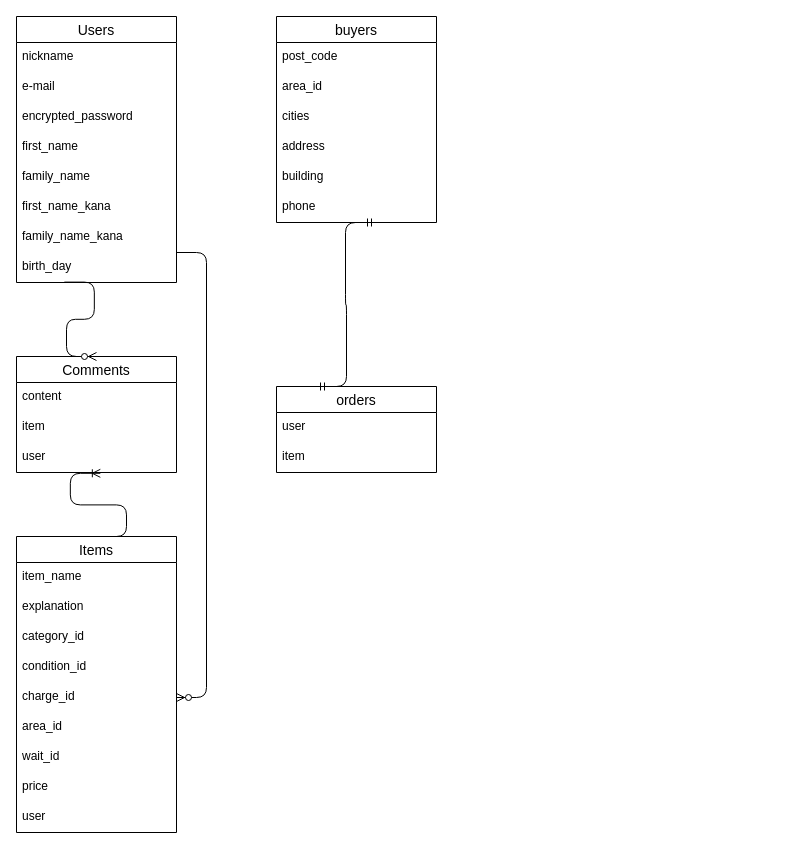
TercoTuckerd/furima-39761 keeps this draw.io diagram as ER.dio. Above is the earlier version. Source tidied: cells renumbered, new cells numbered last; positions are measured from the earlier drawing's top-left corner, leaving out a move shared by most shapes. Both pictures are drawn from the tidied source at 100%, with x=0, y=0 at pixel (16, 16).
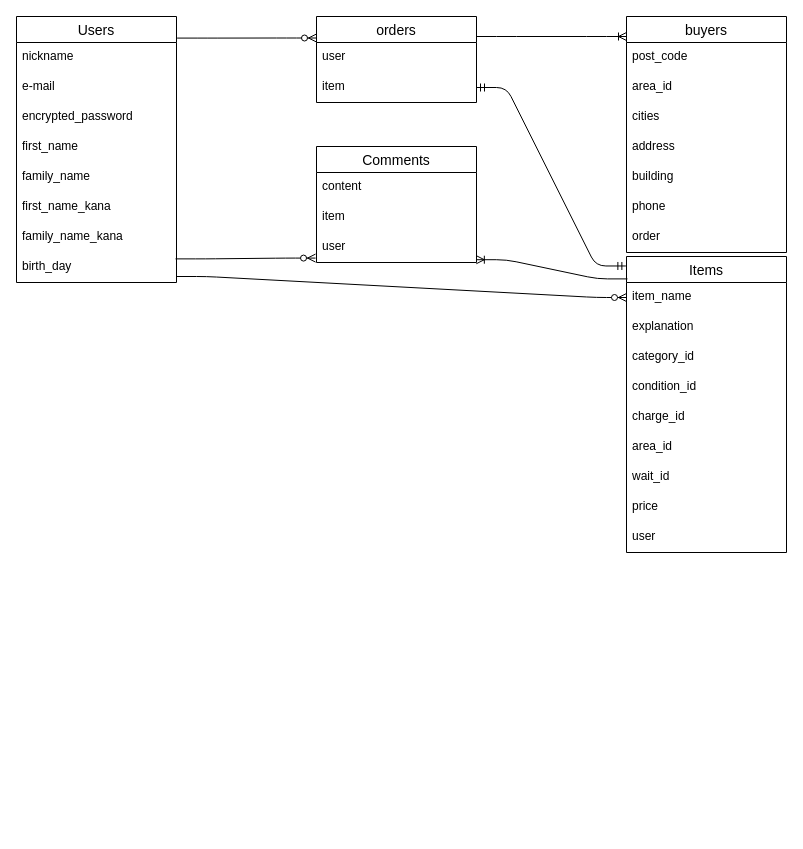
Above is the later version.

Unchanged cells that the change refers to:
```xml
<mxCell id="3" value="nickname" style="text;strokeColor=none;fillColor=none;spacingLeft=4;spacingRight=4;overflow=hidden;points=[[0,0.5],[1,0.5]];portConstraint=eastwest;fontSize=12;" parent="2" vertex="1">
  <mxGeometry y="26" width="160" height="30" as="geometry" />
</mxCell>
<mxCell id="10" value="birth_day" style="text;strokeColor=none;fillColor=none;spacingLeft=4;spacingRight=4;overflow=hidden;points=[[0,0.5],[1,0.5]];portConstraint=eastwest;fontSize=12;" parent="2" vertex="1">
  <mxGeometry y="236" width="160" height="30" as="geometry" />
</mxCell>
<mxCell id="12" value="item_name" style="text;strokeColor=none;fillColor=none;spacingLeft=4;spacingRight=4;overflow=hidden;points=[[0,0.5],[1,0.5]];portConstraint=eastwest;fontSize=12;" parent="11" vertex="1">
  <mxGeometry y="26" width="160" height="30" as="geometry" />
</mxCell>
<mxCell id="16" value="charge_id" style="text;strokeColor=none;fillColor=none;spacingLeft=4;spacingRight=4;overflow=hidden;points=[[0,0.5],[1,0.5]];portConstraint=eastwest;fontSize=12;" parent="11" vertex="1">
  <mxGeometry y="146" width="160" height="30" as="geometry" />
</mxCell>
<mxCell id="24" value="user" style="text;strokeColor=none;fillColor=none;spacingLeft=4;spacingRight=4;overflow=hidden;points=[[0,0.5],[1,0.5]];portConstraint=eastwest;fontSize=12;" parent="21" vertex="1">
  <mxGeometry y="86" width="160" height="30" as="geometry" />
</mxCell>
<mxCell id="37" value="item" style="text;strokeColor=none;fillColor=none;spacingLeft=4;spacingRight=4;overflow=hidden;points=[[0,0.5],[1,0.5]];portConstraint=eastwest;fontSize=12;" parent="35" vertex="1">
  <mxGeometry y="56" width="160" height="30" as="geometry" />
</mxCell>
```

What changed in the source:
```diff
@@
     <mxCell id="11" value="Items" style="swimlane;fontStyle=0;horizontal=1;startSize=26;align=center;fontSize=14;" parent="1" vertex="1">
-      <mxGeometry y="520" width="160" height="296" as="geometry" />
+      <mxGeometry x="610" y="240" width="160" height="296" as="geometry" />
     </mxCell>
@@
     <mxCell id="21" value="Comments" style="swimlane;fontStyle=0;horizontal=1;startSize=26;align=center;fontSize=14;" parent="1" vertex="1">
-      <mxGeometry y="340" width="160" height="116" as="geometry" />
+      <mxGeometry x="300" y="130" width="160" height="116" as="geometry" />
     </mxCell>
@@
     <mxCell id="25" value="buyers" style="swimlane;fontStyle=0;horizontal=1;startSize=26;align=center;fontSize=14;" parent="1" vertex="1">
-      <mxGeometry x="260" width="160" height="206" as="geometry" />
+      <mxGeometry x="610" width="160" height="236" as="geometry" />
     </mxCell>
@@
+    <mxCell id="39" value="order" style="text;strokeColor=none;fillColor=none;spacingLeft=4;spacingRight=4;overflow=hidden;fontSize=12;" parent="25" vertex="1">
+      <mxGeometry y="206" width="160" height="30" as="geometry" />
+    </mxCell>
-    <mxCell id="32" style="edgeStyle=entityRelationEdgeStyle;fontSize=12;html=1;endArrow=ERoneToMany;entryX=0.524;entryY=1.027;entryDx=0;entryDy=0;exitX=0.5;exitY=0;exitDx=0;exitDy=0;entryPerimeter=0;" parent="1" edge="1" source="11" target="24">
+    <mxCell id="32" style="edgeStyle=entityRelationEdgeStyle;fontSize=12;html=1;endArrow=ERoneToMany;entryX=0.999;entryY=0.907;entryDx=0;entryDy=0;entryPerimeter=0;exitX=0.006;exitY=-0.12;exitDx=0;exitDy=0;exitPerimeter=0;" parent="1" edge="1" source="12" target="24">
       <mxGeometry relative="1" as="geometry" />
     </mxCell>
-    <mxCell id="33" style="edgeStyle=entityRelationEdgeStyle;fontSize=12;html=1;endArrow=ERzeroToMany;endFill=1;entryX=0.5;entryY=0;entryDx=0;entryDy=0;exitX=0.299;exitY=0.987;exitDx=0;exitDy=0;exitPerimeter=0;" parent="1" edge="1" source="10" target="21">
+    <mxCell id="33" style="edgeStyle=entityRelationEdgeStyle;fontSize=12;html=1;endArrow=ERzeroToMany;endFill=1;entryX=-0.006;entryY=0.853;entryDx=0;entryDy=0;exitX=0.994;exitY=0.213;exitDx=0;exitDy=0;exitPerimeter=0;entryPerimeter=0;" parent="1" edge="1" source="10" target="24">
       <mxGeometry relative="1" as="geometry" />
     </mxCell>
-    <mxCell id="34" style="edgeStyle=entityRelationEdgeStyle;fontSize=12;html=1;endArrow=ERzeroToMany;endFill=1;" parent="1" edge="1" target="16">
+    <mxCell id="34" style="edgeStyle=entityRelationEdgeStyle;fontSize=12;html=1;endArrow=ERzeroToMany;endFill=1;entryX=0;entryY=0.5;entryDx=0;entryDy=0;" parent="1" edge="1" target="12">
       <mxGeometry relative="1" as="geometry">
-        <mxPoint x="160" y="236" as="sourcePoint" />
+        <mxPoint x="160" y="260" as="sourcePoint" />
       </mxGeometry>
     </mxCell>
     <mxCell id="35" value="orders" style="swimlane;fontStyle=0;horizontal=1;startSize=26;align=center;fontSize=14;" parent="1" vertex="1">
-      <mxGeometry x="260" y="370" width="160" height="86" as="geometry" />
+      <mxGeometry x="300" width="160" height="86" as="geometry" />
     </mxCell>
@@
-    <mxCell id="38" style="edgeStyle=entityRelationEdgeStyle;fontSize=12;html=1;endArrow=ERmandOne;startArrow=ERmandOne;entryX=0.619;entryY=0.973;entryDx=0;entryDy=0;entryPerimeter=0;exitX=0.25;exitY=0;exitDx=0;exitDy=0;" parent="1" edge="1" source="35">
-      <mxGeometry relative="1" as="geometry">
-        <mxPoint x="359" y="206" as="targetPoint" />
-      </mxGeometry>
-    </mxCell>
+    <mxCell id="40" style="edgeStyle=entityRelationEdgeStyle;fontSize=12;html=1;endArrow=ERzeroToMany;endFill=1;exitX=1.004;exitY=-0.147;exitDx=0;exitDy=0;exitPerimeter=0;entryX=0;entryY=0.25;entryDx=0;entryDy=0;" parent="1" edge="1" source="3" target="35">
+      <mxGeometry relative="1" as="geometry" />
+    </mxCell>
+    <mxCell id="41" style="edgeStyle=entityRelationEdgeStyle;fontSize=12;html=1;endArrow=ERmandOne;startArrow=ERmandOne;entryX=1;entryY=0.5;entryDx=0;entryDy=0;exitX=-0.004;exitY=0.032;exitDx=0;exitDy=0;exitPerimeter=0;" parent="1" edge="1" source="11" target="37">
+      <mxGeometry relative="1" as="geometry" />
+    </mxCell>
+    <mxCell id="42" style="edgeStyle=entityRelationEdgeStyle;fontSize=12;html=1;endArrow=ERoneToMany;" parent="1" edge="1">
+      <mxGeometry relative="1" as="geometry">
+        <mxPoint x="460" y="20" as="sourcePoint" />
+        <mxPoint x="610" y="20" as="targetPoint" />
+      </mxGeometry>
+    </mxCell>
```
